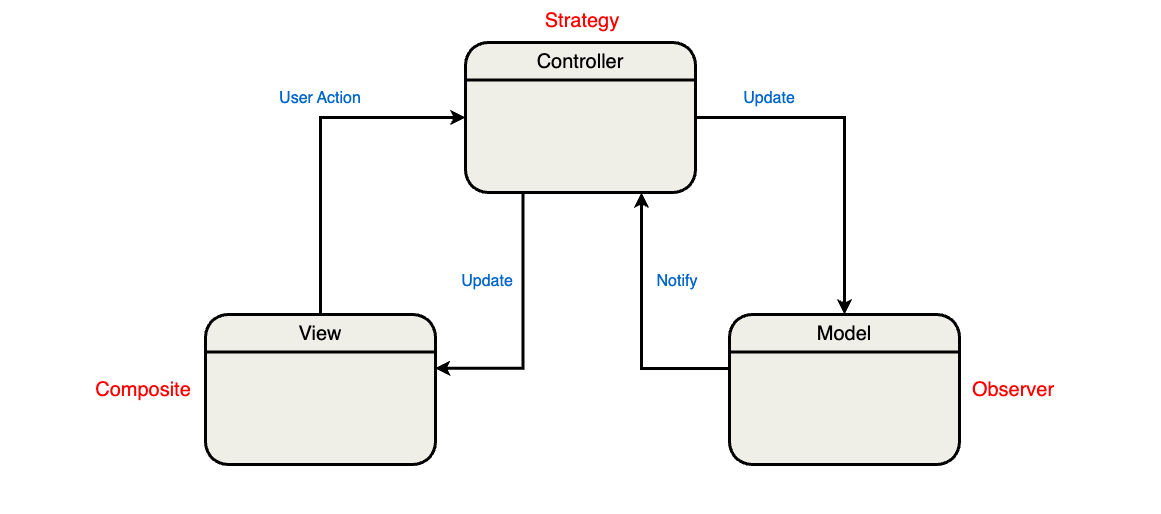
Above: assets/img/blog/architecture/section01_image02.png in tjdrb3807/tjdrb3807.github.io (draw.io), before the change. Source tidied: cells renumbered, new cells last; positions are measured from the earlier drawing's top-left corner, leaving out a move shared by most shapes. Source of this version:
```xml
<mxGraphModel background="#ffffff" shadow="1">
  <root>
    <mxCell id="0" />
    <mxCell id="1" parent="0" />
    <mxCell id="2" style="rounded=0;whiteSpace=wrap;html=1;fillColor=none;strokeColor=none;fontColor=#000000;strokeWidth=3;" parent="1" vertex="1">
      <mxGeometry width="1161" height="514" as="geometry" />
    </mxCell>
    <mxCell id="3" style="edgeStyle=orthogonalEdgeStyle;rounded=0;jettySize=auto;html=1;exitX=1;exitY=0.5;exitDx=0;exitDy=0;entryX=0.5;entryY=0;entryDx=0;entryDy=0;fontColor=#000000;strokeWidth=3;strokeColor=#000000;" parent="1" edge="1" source="4" target="11">
      <mxGeometry relative="1" as="geometry" />
    </mxCell>
    <mxCell id="4" style="rounded=1;whiteSpace=wrap;html=1;fillColor=#EFEFE7;fontColor=#000000;strokeWidth=3;labelBorderColor=#000000;labelBackgroundColor=none;textShadow=0;strokeColor=#000000;" parent="1" vertex="1">
      <mxGeometry x="465" y="42" width="230" height="150" as="geometry" />
    </mxCell>
    <mxCell id="5" style="endArrow=none;html=1;rounded=0;entryX=1;entryY=0.25;entryDx=0;entryDy=0;exitX=0;exitY=0.25;exitDx=0;exitDy=0;fontColor=#000000;strokeWidth=3;labelBorderColor=#000000;labelBackgroundColor=none;textShadow=0;strokeColor=#000000;" parent="1" edge="1" source="4" target="4">
      <mxGeometry relative="1" as="geometry" />
    </mxCell>
    <mxCell id="6" value="Controller" style="text;html=1;align=center;verticalAlign=middle;whiteSpace=wrap;rounded=0;fontSize=20;fontColor=#000000;strokeWidth=3;strokeColor=none;" parent="1" vertex="1">
      <mxGeometry x="550" y="46" width="60" height="30" as="geometry" />
    </mxCell>
    <mxCell id="7" style="edgeStyle=orthogonalEdgeStyle;rounded=0;jettySize=auto;html=1;entryX=0;entryY=0.5;entryDx=0;entryDy=0;fontColor=#000000;strokeWidth=3;strokeColor=#000000;exitX=0.5;exitY=0;exitDx=0;exitDy=0;" parent="1" edge="1" source="8" target="4">
      <mxGeometry relative="1" as="geometry">
        <Array as="points">
          <mxPoint x="320" y="117" />
        </Array>
      </mxGeometry>
    </mxCell>
    <mxCell id="8" style="rounded=1;whiteSpace=wrap;html=1;fillColor=#EFEFE7;fontColor=#000000;strokeWidth=3;strokeColor=#000000;" parent="1" vertex="1">
      <mxGeometry x="205" y="314" width="230" height="150" as="geometry" />
    </mxCell>
    <mxCell id="9" style="endArrow=none;html=1;rounded=0;entryX=1;entryY=0.25;entryDx=0;entryDy=0;exitX=0;exitY=0.25;exitDx=0;exitDy=0;fontColor=#000000;strokeWidth=3;strokeColor=#000000;" parent="1" edge="1" source="8" target="8">
      <mxGeometry relative="1" as="geometry" />
    </mxCell>
    <mxCell id="10" value="View" style="text;html=1;align=center;verticalAlign=middle;whiteSpace=wrap;rounded=0;fontSize=20;fontColor=#000000;strokeWidth=3;strokeColor=none;" parent="1" vertex="1">
      <mxGeometry x="290" y="318" width="60" height="30" as="geometry" />
    </mxCell>
    <mxCell id="11" style="rounded=1;whiteSpace=wrap;html=1;fillColor=#EFEFE7;fontColor=#000000;strokeWidth=3;strokeColor=#000000;" parent="1" vertex="1">
      <mxGeometry x="729" y="314" width="230" height="150" as="geometry" />
    </mxCell>
    <mxCell id="12" style="endArrow=none;html=1;rounded=0;entryX=1;entryY=0.25;entryDx=0;entryDy=0;exitX=0;exitY=0.25;exitDx=0;exitDy=0;fontColor=#000000;strokeWidth=3;strokeColor=#000000;" parent="1" edge="1" source="11" target="11">
      <mxGeometry relative="1" as="geometry" />
    </mxCell>
    <mxCell id="13" value="Model" style="text;html=1;align=center;verticalAlign=middle;whiteSpace=wrap;rounded=0;fontSize=20;fontColor=#000000;strokeWidth=3;strokeColor=none;" parent="1" vertex="1">
      <mxGeometry x="814" y="318" width="60" height="30" as="geometry" />
    </mxCell>
    <mxCell id="14" style="edgeStyle=orthogonalEdgeStyle;rounded=0;jettySize=auto;html=1;entryX=0.998;entryY=0.358;entryDx=0;entryDy=0;entryPerimeter=0;fontColor=#000000;strokeWidth=3;strokeColor=#000000;exitX=0.25;exitY=1;exitDx=0;exitDy=0;" parent="1" edge="1" source="4" target="8">
      <mxGeometry relative="1" as="geometry">
        <Array as="points">
          <mxPoint x="522" y="368" />
        </Array>
      </mxGeometry>
    </mxCell>
    <mxCell id="15" value="Strategy" style="text;html=1;align=center;verticalAlign=middle;whiteSpace=wrap;rounded=0;fontSize=20;fontColor=#FF0000;strokeWidth=3;strokeColor=none;" parent="1" vertex="1">
      <mxGeometry x="517" y="5" width="129.5" height="30" as="geometry" />
    </mxCell>
    <mxCell id="16" value="Composite" style="text;html=1;align=center;verticalAlign=middle;whiteSpace=wrap;rounded=0;fontSize=20;fontColor=#FF0000;strokeWidth=3;strokeColor=none;" parent="1" vertex="1">
      <mxGeometry x="78" y="374" width="129.5" height="30" as="geometry" />
    </mxCell>
    <mxCell id="17" value="Observer" style="text;html=1;align=center;verticalAlign=middle;whiteSpace=wrap;rounded=0;fontSize=20;fontColor=#FF0000;strokeWidth=3;strokeColor=none;" parent="1" vertex="1">
      <mxGeometry x="948" y="374" width="129.5" height="30" as="geometry" />
    </mxCell>
    <mxCell id="18" value="User Action" style="text;html=1;align=center;verticalAlign=middle;whiteSpace=wrap;rounded=0;fontSize=16;fontColor=#0066CC;strokeWidth=3;strokeColor=none;" parent="1" vertex="1">
      <mxGeometry x="268" y="83" width="104" height="30" as="geometry" />
    </mxCell>
    <mxCell id="19" value="Update" style="text;html=1;align=center;verticalAlign=middle;whiteSpace=wrap;rounded=0;fontSize=16;fontColor=#0066CC;strokeWidth=3;strokeColor=none;" parent="1" vertex="1">
      <mxGeometry x="717" y="83" width="104" height="30" as="geometry" />
    </mxCell>
    <mxCell id="20" value="Update" style="text;html=1;align=center;verticalAlign=middle;whiteSpace=wrap;rounded=0;fontSize=16;fontColor=#0066CC;strokeWidth=3;strokeColor=none;" parent="1" vertex="1">
      <mxGeometry x="435" y="266" width="104" height="30" as="geometry" />
    </mxCell>
    <mxCell id="21" style="edgeStyle=orthogonalEdgeStyle;rounded=0;orthogonalLoop=1;jettySize=auto;html=1;entryX=0.998;entryY=0.358;entryDx=0;entryDy=0;entryPerimeter=0;fontColor=#000000;strokeWidth=3;strokeColor=#000000;exitX=0.25;exitY=1;exitDx=0;exitDy=0;" parent="1" edge="1">
      <mxGeometry relative="1" as="geometry">
        <mxPoint x="729" y="368" as="sourcePoint" />
        <mxPoint x="641" y="192" as="targetPoint" />
        <Array as="points">
          <mxPoint x="642" y="368" />
        </Array>
      </mxGeometry>
    </mxCell>
    <mxCell id="22" value="Notify" style="text;html=1;align=center;verticalAlign=middle;whiteSpace=wrap;rounded=0;fontSize=16;fontColor=#0066CC;strokeWidth=3;strokeColor=none;" parent="1" vertex="1">
      <mxGeometry x="625" y="266" width="104" height="30" as="geometry" />
    </mxCell>
  </root>
</mxGraphModel>
```
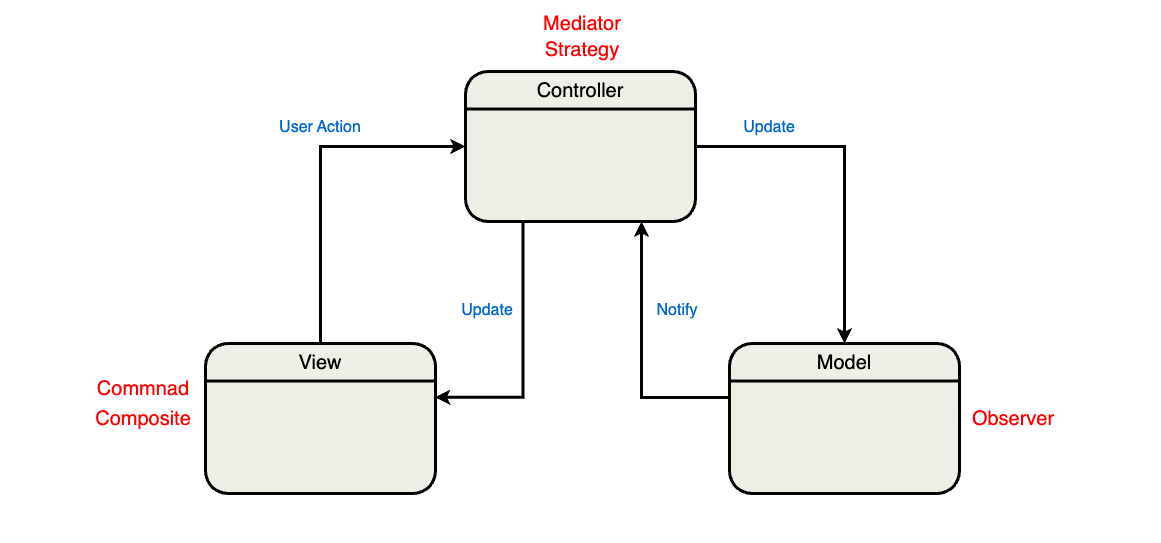
The same file after the commit.

Change to the diagram source:
```diff
@@ -3,7 +3,7 @@
     <mxCell id="0" />
     <mxCell id="1" parent="0" />
     <mxCell id="2" style="rounded=0;whiteSpace=wrap;html=1;fillColor=none;strokeColor=none;fontColor=#000000;strokeWidth=3;" parent="1" vertex="1">
-      <mxGeometry width="1161" height="514" as="geometry" />
+      <mxGeometry y="-29" width="1161" height="543" as="geometry" />
     </mxCell>
     <mxCell id="3" style="edgeStyle=orthogonalEdgeStyle;rounded=0;jettySize=auto;html=1;exitX=1;exitY=0.5;exitDx=0;exitDy=0;entryX=0.5;entryY=0;entryDx=0;entryDy=0;fontColor=#000000;strokeWidth=3;strokeColor=#000000;" parent="1" edge="1" source="4" target="11">
       <mxGeometry relative="1" as="geometry" />
@@ -79,5 +79,11 @@
     <mxCell id="22" value="Notify" style="text;html=1;align=center;verticalAlign=middle;whiteSpace=wrap;rounded=0;fontSize=16;fontColor=#0066CC;strokeWidth=3;strokeColor=none;" parent="1" vertex="1">
       <mxGeometry x="625" y="266" width="104" height="30" as="geometry" />
     </mxCell>
+    <mxCell id="23" value="Mediator" style="text;html=1;align=center;verticalAlign=middle;whiteSpace=wrap;rounded=0;fontSize=20;fontColor=#FF0000;strokeWidth=3;strokeColor=none;" parent="1" vertex="1">
+      <mxGeometry x="517" y="-21" width="129.5" height="30" as="geometry" />
+    </mxCell>
+    <mxCell id="24" value="Commnad" style="text;html=1;align=center;verticalAlign=middle;whiteSpace=wrap;rounded=0;fontSize=20;fontColor=#FF0000;strokeWidth=3;strokeColor=none;" parent="1" vertex="1">
+      <mxGeometry x="78" y="344" width="129.5" height="30" as="geometry" />
+    </mxCell>
   </root>
 </mxGraphModel>
```
